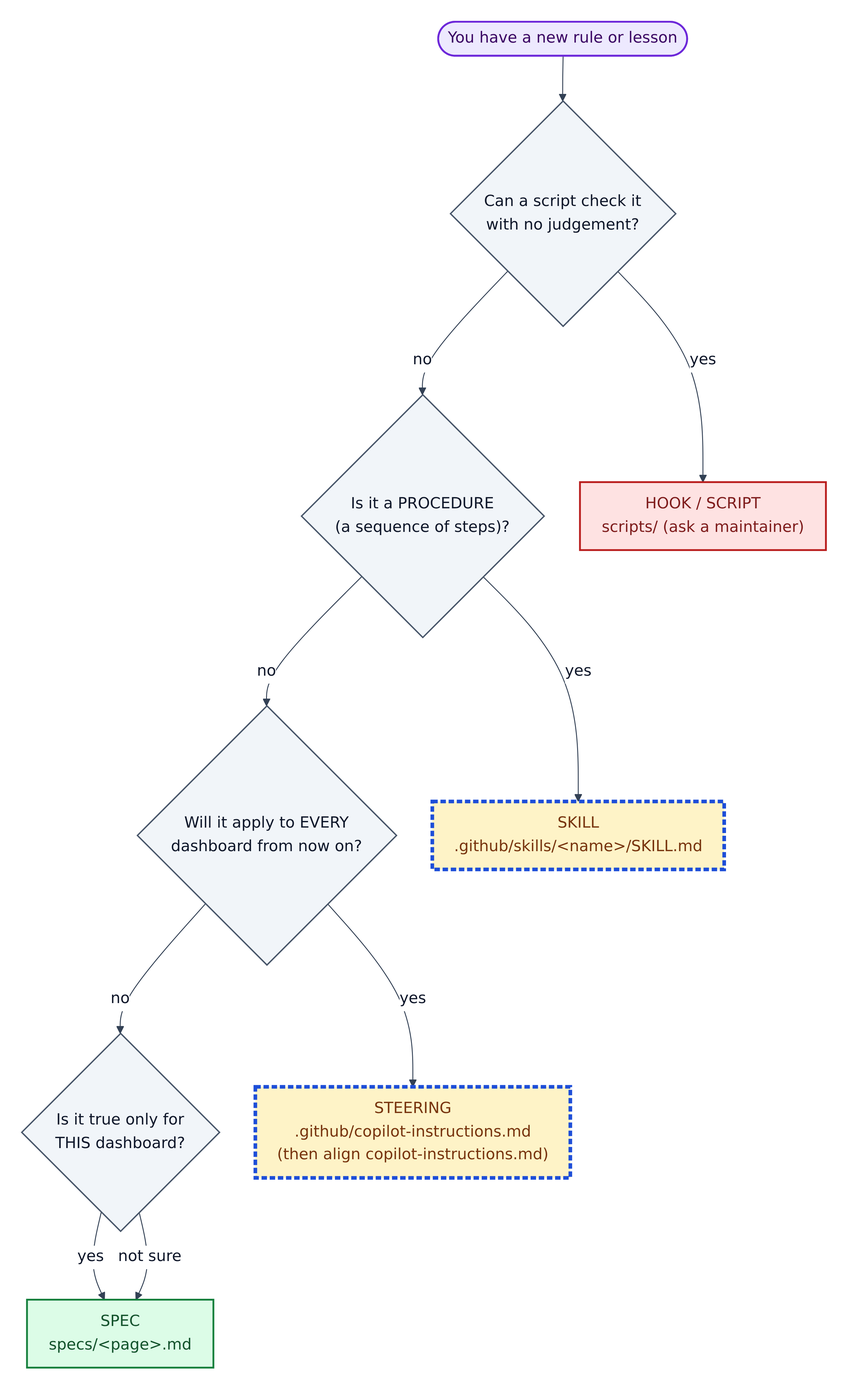
Earlier version of the Mermaid export guide/images/06-3-which-layer.png (GibbonGambits/PGE-PBIP-Template). Its source is kept beside it as guide/images/src/06-3-which-layer.mmd. Source of this version:
```mermaid
flowchart TB
  Q0(["You have a new rule or lesson"]):::you
  Q1{"Will it apply to EVERY<br/>dashboard from now on?"}:::n
  Q2{"Can a script check it<br/>with no judgement?"}:::n
  Q3{"Is it a PROCEDURE<br/>(a sequence of steps)?"}:::n
  Q4{"Is it true only for<br/>THIS dashboard?"}:::n
  A1["HOOK / SCRIPT<br/>scripts/ (ask a maintainer)"]:::r
  A2["SKILL<br/>.github/skills/&lt;name&gt;/SKILL.md"]:::aa
  A3["STEERING<br/>.github/copilot-instructions.md<br/>(then align copilot-instructions.md)"]:::aa
  A4["SPEC<br/>specs/&lt;page&gt;.md"]:::g
  Q0 --> Q2
  Q2 -- "yes" --> A1
  Q2 -- "no" --> Q3
  Q3 -- "yes" --> A2
  Q3 -- "no" --> Q1
  Q1 -- "yes" --> A3
  Q1 -- "no" --> Q4
  Q4 -- "yes" --> A4
  Q4 -- "not sure" --> A4
```
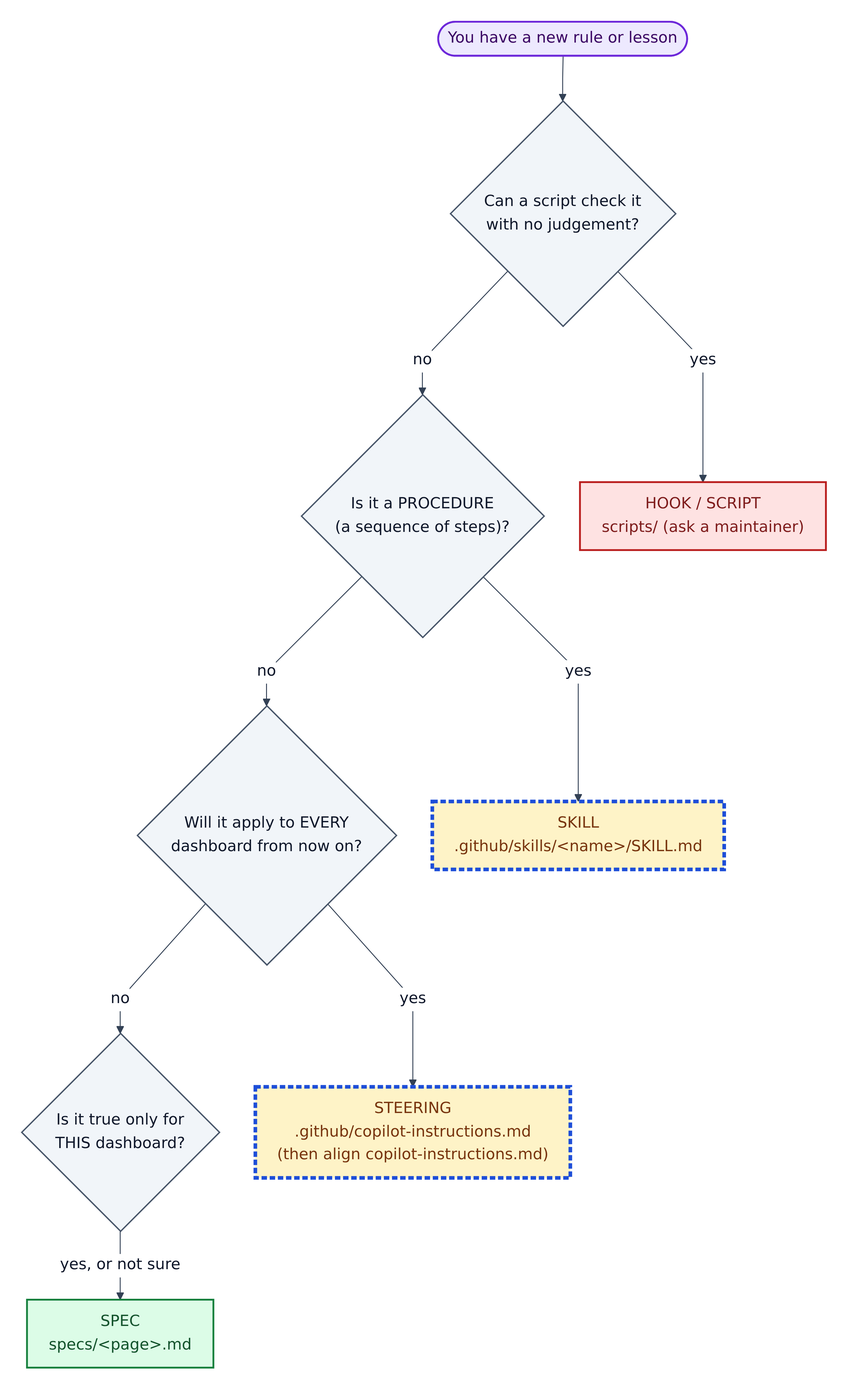
After the commit.

Change to the diagram source:
```diff
@@ -15,5 +15,4 @@
   Q3 -- "no" --> Q1
   Q1 -- "yes" --> A3
   Q1 -- "no" --> Q4
-  Q4 -- "yes" --> A4
-  Q4 -- "not sure" --> A4
+  Q4 -- "yes, or not sure" --> A4
```
